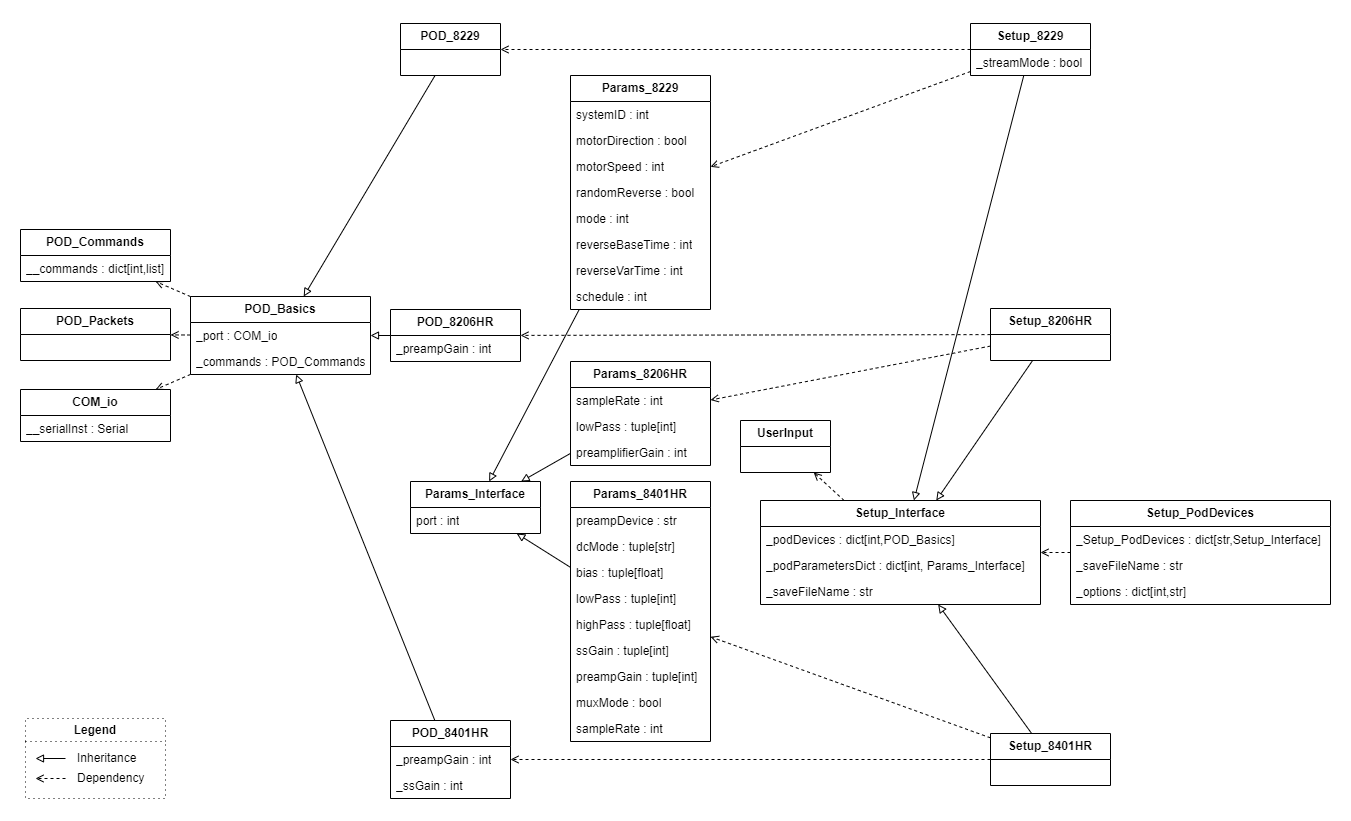
Above: Documents/Diagrams/UML-class-diagram.png in Pinnacle-Technology-Inc/Morelia (draw.io), before the change. Source tidied: cells renumbered, new cells last; positions are measured from the earlier drawing's top-left corner, leaving out a move shared by most shapes.
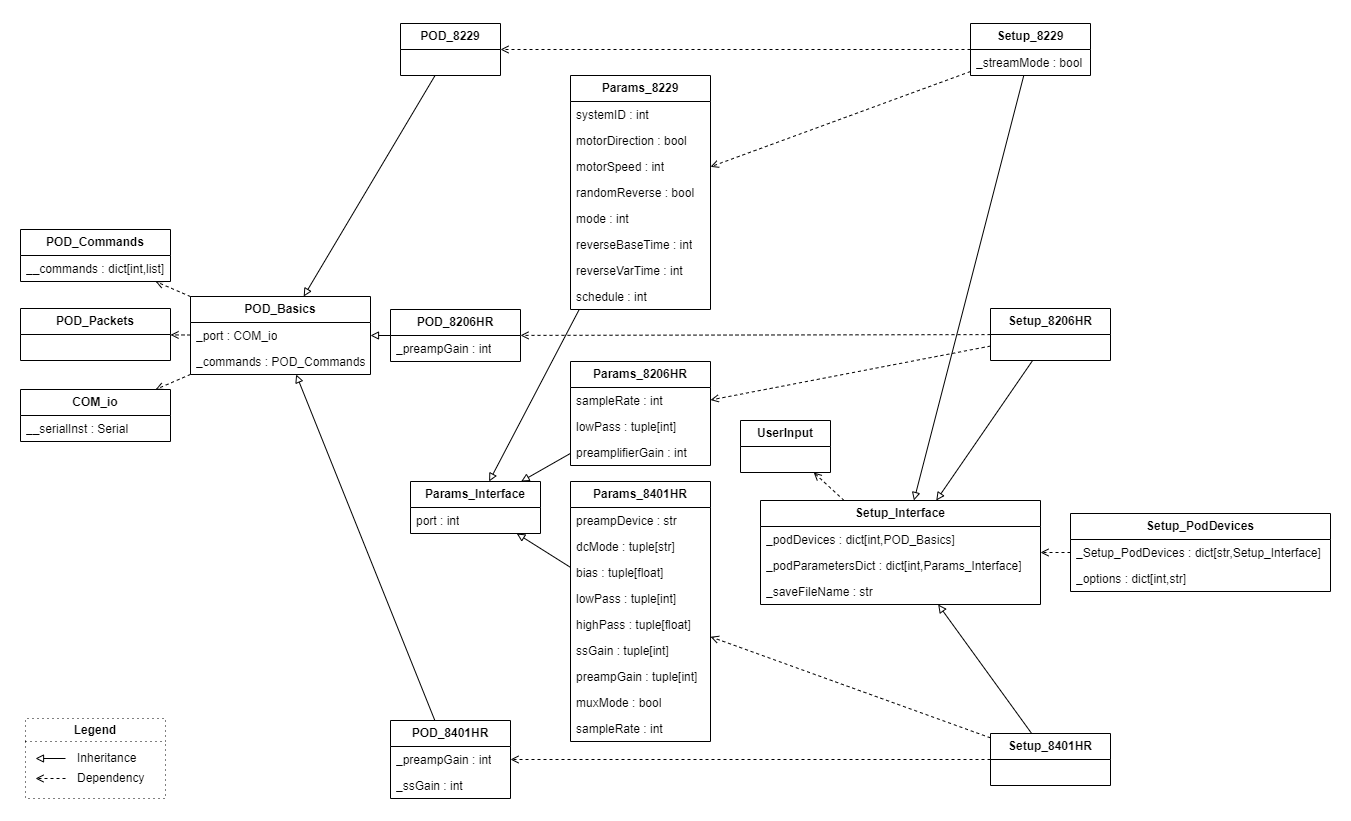
Later version of the same file.

Change to the diagram source:
```diff
@@ -30,16 +30,13 @@
       <mxGeometry y="26" width="150" height="26" as="geometry" />
     </mxCell>
     <mxCell id="11" value="Setup_PodDevices" style="swimlane;fontStyle=1;horizontal=1;startSize=26;fillColor=none;whiteSpace=wrap;html=1;" parent="1" vertex="1">
-      <mxGeometry x="1070" y="500" width="260" height="104" as="geometry" />
+      <mxGeometry x="1070" y="513" width="260" height="78" as="geometry" />
     </mxCell>
     <mxCell id="12" value="_Setup_PodDevices : dict[str,Setup_Interface&lt;span style=&quot;background-color: initial;&quot;&gt;]&amp;nbsp;&lt;/span&gt;" style="text;strokeColor=none;fillColor=none;align=left;verticalAlign=top;spacingLeft=4;spacingRight=4;overflow=hidden;whiteSpace=wrap;html=1;shadow=1;" parent="11" vertex="1">
       <mxGeometry y="26" width="260" height="26" as="geometry" />
     </mxCell>
-    <mxCell id="13" value="_saveFileName : str" style="text;strokeColor=none;fillColor=none;align=left;verticalAlign=top;spacingLeft=4;spacingRight=4;overflow=hidden;whiteSpace=wrap;html=1;" parent="11" vertex="1">
-      <mxGeometry y="52" width="260" height="26" as="geometry" />
-    </mxCell>
     <mxCell id="14" value="_options : dict[int,str]" style="text;strokeColor=none;fillColor=none;align=left;verticalAlign=top;spacingLeft=4;spacingRight=4;overflow=hidden;whiteSpace=wrap;html=1;" parent="11" vertex="1">
-      <mxGeometry y="78" width="260" height="26" as="geometry" />
+      <mxGeometry y="52" width="260" height="26" as="geometry" />
     </mxCell>
     <mxCell id="15" value="Setup_Interface" style="swimlane;fontStyle=1;horizontal=1;startSize=26;fillColor=none;whiteSpace=wrap;html=1;" parent="1" vertex="1">
       <mxGeometry x="760" y="500" width="280" height="104" as="geometry" />
@@ -47,7 +44,7 @@
     <mxCell id="16" value="_podDevices : dict[int,POD_Basics]" style="text;strokeColor=none;fillColor=none;align=left;verticalAlign=top;spacingLeft=4;spacingRight=4;overflow=hidden;whiteSpace=wrap;html=1;" parent="15" vertex="1">
       <mxGeometry y="26" width="280" height="26" as="geometry" />
     </mxCell>
-    <mxCell id="17" value="_podParametersDict : dict[int,&amp;nbsp;Params_Interface&lt;span style=&quot;background-color: initial;&quot;&gt;]&lt;/span&gt;" style="text;strokeColor=none;fillColor=none;align=left;verticalAlign=top;spacingLeft=4;spacingRight=4;overflow=hidden;whiteSpace=wrap;html=1;" parent="15" vertex="1">
+    <mxCell id="17" value="_podParametersDict : dict[int,Params_Interface&lt;span style=&quot;background-color: initial;&quot;&gt;]&lt;/span&gt;" style="text;strokeColor=none;fillColor=none;align=left;verticalAlign=top;spacingLeft=4;spacingRight=4;overflow=hidden;whiteSpace=wrap;html=1;" parent="15" vertex="1">
       <mxGeometry y="52" width="280" height="26" as="geometry" />
     </mxCell>
     <mxCell id="18" value="_saveFileName : str" style="text;strokeColor=none;fillColor=none;align=left;verticalAlign=top;spacingLeft=4;spacingRight=4;overflow=hidden;whiteSpace=wrap;html=1;" parent="15" vertex="1">
```
